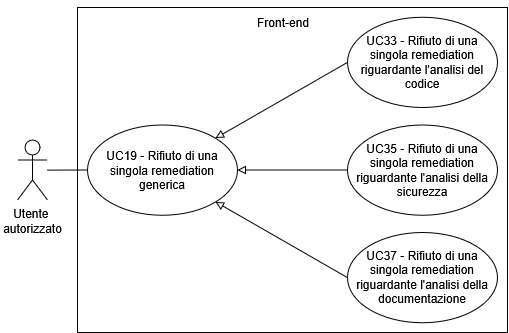
This is assets/diagrams/UC19.png from SkarabGroup/DocumentazioneProgetto, a draw.io export, as it was before one commit. Source tidied: cells renumbered, new cells last; positions are measured from the earlier drawing's top-left corner, leaving out a move shared by most shapes.
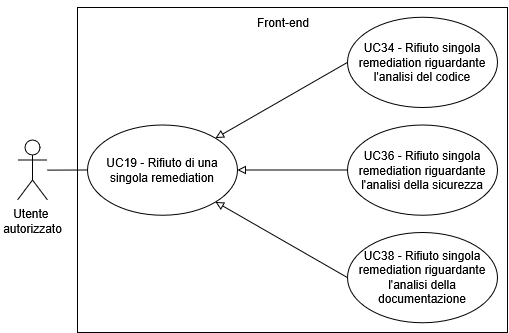
After the commit.

Diff of the diagram source:
```diff
@@ -10,7 +10,7 @@
         <mxPoint x="40" y="162.6" as="sourcePoint" />
       </mxGeometry>
     </mxCell>
-    <mxCell id="4" value="UC19 - Rifiuto di una singola remediation generica" style="ellipse;whiteSpace=wrap;html=1;" parent="1" vertex="1">
+    <mxCell id="4" value="UC19 - Rifiuto di una singola remediation" style="ellipse;whiteSpace=wrap;html=1;" parent="1" vertex="1">
       <mxGeometry x="80" y="117.4" width="150" height="90.2" as="geometry" />
     </mxCell>
     <mxCell id="5" style="endArrow=classic;html=1;rounded=0;" parent="1" edge="1">
@@ -19,16 +19,16 @@
         <mxPoint as="targetPoint" />
       </mxGeometry>
     </mxCell>
-    <mxCell id="6" value="UC33 - Rifiuto di una singola remediation riguardante l'analisi del codice" style="ellipse;whiteSpace=wrap;html=1;" parent="1" vertex="1">
+    <mxCell id="6" value="UC34 - Rifiuto singola remediation riguardante l'analisi del codice" style="ellipse;whiteSpace=wrap;html=1;" parent="1" vertex="1">
       <mxGeometry x="340" y="9.8" width="150" height="90.2" as="geometry" />
     </mxCell>
-    <mxCell id="7" value="UC35 - Rifiuto di una singola remediation riguardante l'analisi della sicurezza" style="ellipse;whiteSpace=wrap;html=1;" parent="1" vertex="1">
+    <mxCell id="7" value="UC36 - Rifiuto singola remediation riguardante l'analisi della sicurezza" style="ellipse;whiteSpace=wrap;html=1;" parent="1" vertex="1">
       <mxGeometry x="340" y="117.4" width="150" height="90.2" as="geometry" />
     </mxCell>
     <mxCell id="8" value="Front-end" style="text;html=1;whiteSpace=wrap;strokeColor=none;fillColor=none;align=center;verticalAlign=middle;rounded=0;" parent="1" vertex="1">
       <mxGeometry x="246" width="60" height="30" as="geometry" />
     </mxCell>
-    <mxCell id="9" value="UC37 - Rifiuto di una singola remediation riguardante l'analisi della documentazione" style="ellipse;whiteSpace=wrap;html=1;" parent="1" vertex="1">
+    <mxCell id="9" value="UC38 - Rifiuto singola remediation riguardante l'analisi della documentazione" style="ellipse;whiteSpace=wrap;html=1;" parent="1" vertex="1">
       <mxGeometry x="340" y="225" width="150" height="90.2" as="geometry" />
     </mxCell>
     <mxCell id="10" value="&lt;div&gt;Utente&amp;nbsp;&lt;/div&gt;&lt;div&gt;autorizzato&lt;/div&gt;" style="shape=umlActor;verticalLabelPosition=bottom;verticalAlign=top;html=1;" parent="1" vertex="1">
```
